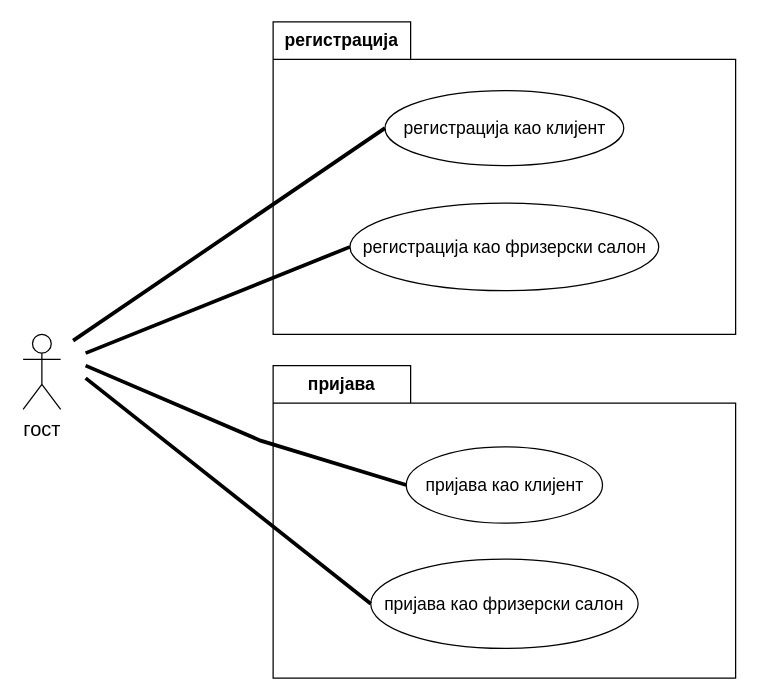
Before: drawio/diagrams/guest_use_case_diagram.drawio in PavleSarenac/thesis, a draw.io diagram. Source tidied: cells renumbered, new cells numbered last; positions are measured from the earlier drawing's top-left corner, leaving out a move shared by most shapes. Both pictures are drawn from the tidied source at 125%, with x=0, y=0 at pixel (22, 21).
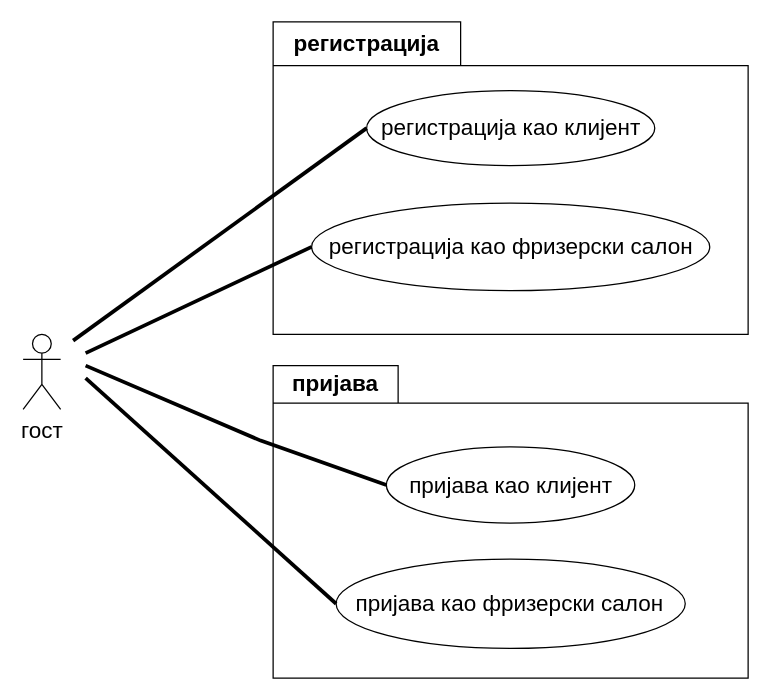
The same page after the edit.

The edit, as a diff of the source:
```diff
@@
 <mxGraphModel>
   <root>
     <mxCell id="0" />
     <mxCell id="1" parent="0" />
-    <mxCell id="2" value="&lt;font size=&quot;3&quot;&gt;гост&lt;/font&gt;" style="shape=umlActor;verticalLabelPosition=bottom;verticalAlign=top;html=1;" parent="1" vertex="1">
+    <mxCell id="2" value="&lt;font style=&quot;font-size: 18px;&quot;&gt;гост&lt;/font&gt;" style="shape=umlActor;verticalLabelPosition=bottom;verticalAlign=top;html=1;" parent="1" vertex="1">
       <mxGeometry y="250" width="30" height="60" as="geometry" />
     </mxCell>
-    <mxCell id="3" value="&lt;font style=&quot;font-size: 14px;&quot;&gt;пријава&lt;/font&gt;" style="shape=folder;fontStyle=1;tabWidth=110;tabHeight=30;tabPosition=left;html=1;boundedLbl=1;labelInHeader=1;whiteSpace=wrap;" parent="1" vertex="1">
-      <mxGeometry x="200" y="275" width="370" height="250" as="geometry" />
+    <mxCell id="3" value="&lt;font style=&quot;font-size: 18px;&quot;&gt;пријава&lt;/font&gt;" style="shape=folder;fontStyle=1;tabWidth=100;tabHeight=30;tabPosition=left;html=1;boundedLbl=1;labelInHeader=1;whiteSpace=wrap;" parent="1" vertex="1">
+      <mxGeometry x="200" y="275" width="380" height="250" as="geometry" />
     </mxCell>
     <mxCell id="4" style="html=1;strokeColor=none;fillColor=none;whiteSpace=wrap;" parent="3" vertex="1">
-      <mxGeometry width="370" height="175" relative="1" as="geometry">
+      <mxGeometry width="380" height="175" relative="1" as="geometry">
         <mxPoint y="30" as="offset" />
       </mxGeometry>
     </mxCell>
-    <mxCell id="5" value="&lt;font style=&quot;font-size: 14px;&quot;&gt;пријава као клијент&lt;/font&gt;" style="ellipse;whiteSpace=wrap;html=1;" parent="3" vertex="1">
-      <mxGeometry x="106.5" y="65" width="157" height="61" as="geometry" />
+    <mxCell id="5" value="&lt;font style=&quot;font-size: 18px;&quot;&gt;пријава као клијент&lt;/font&gt;" style="ellipse;whiteSpace=wrap;html=1;" parent="3" vertex="1">
+      <mxGeometry x="90.6" y="65" width="198.7" height="61" as="geometry" />
     </mxCell>
-    <mxCell id="6" value="&lt;font style=&quot;font-size: 14px;&quot;&gt;пријава као фризерски салон&lt;/font&gt;" style="ellipse;whiteSpace=wrap;html=1;" parent="3" vertex="1">
-      <mxGeometry x="78.1" y="154.8" width="213.9" height="71.4" as="geometry" />
+    <mxCell id="6" value="&lt;font style=&quot;font-size: 18px;&quot;&gt;пријава као фризерски салон&lt;/font&gt;" style="ellipse;whiteSpace=wrap;html=1;" parent="3" vertex="1">
+      <mxGeometry x="50.4" y="154.8" width="279.3" height="71.4" as="geometry" />
     </mxCell>
-    <mxCell id="7" value="&lt;font style=&quot;font-size: 14px;&quot;&gt;регистрација&lt;/font&gt;" style="shape=folder;fontStyle=1;tabWidth=110;tabHeight=30;tabPosition=left;html=1;boundedLbl=1;labelInHeader=1;whiteSpace=wrap;" parent="1" vertex="1">
-      <mxGeometry x="200" width="370" height="250" as="geometry" />
+    <mxCell id="7" value="&lt;font style=&quot;font-size: 18px;&quot;&gt;регистрација&lt;/font&gt;" style="shape=folder;fontStyle=1;tabWidth=150;tabHeight=35;tabPosition=left;html=1;boundedLbl=1;labelInHeader=1;whiteSpace=wrap;" parent="1" vertex="1">
+      <mxGeometry x="200" width="380" height="250" as="geometry" />
     </mxCell>
     <mxCell id="8" style="html=1;strokeColor=none;fillColor=none;whiteSpace=wrap;" parent="7" vertex="1">
       <mxGeometry width="370" height="224.14" relative="1" as="geometry">
         <mxPoint y="30" as="offset" />
       </mxGeometry>
     </mxCell>
-    <mxCell id="9" value="&lt;font style=&quot;font-size: 14px;&quot;&gt;регистрација као клијент&lt;/font&gt;" style="ellipse;whiteSpace=wrap;html=1;" parent="7" vertex="1">
-      <mxGeometry x="89.5" y="55" width="191" height="60" as="geometry" />
+    <mxCell id="9" value="&lt;font style=&quot;font-size: 18px;&quot;&gt;регистрација као клијент&lt;/font&gt;" style="ellipse;whiteSpace=wrap;html=1;" parent="7" vertex="1">
+      <mxGeometry x="74.8" y="55" width="230.5" height="60" as="geometry" />
     </mxCell>
-    <mxCell id="10" value="&lt;font style=&quot;font-size: 14px;&quot;&gt;регистрација као фризерски салон&lt;/font&gt;" style="ellipse;whiteSpace=wrap;html=1;" parent="7" vertex="1">
-      <mxGeometry x="61.5" y="145" width="247" height="70" as="geometry" />
+    <mxCell id="10" value="&lt;font style=&quot;font-size: 18px;&quot;&gt;регистрација као фризерски салон&lt;/font&gt;" style="ellipse;whiteSpace=wrap;html=1;" parent="7" vertex="1">
+      <mxGeometry x="30.8" y="145" width="318.5" height="70" as="geometry" />
     </mxCell>
     <mxCell id="11" style="endArrow=none;startArrow=none;endFill=0;startFill=0;endSize=8;html=1;verticalAlign=bottom;labelBackgroundColor=none;strokeWidth=3;rounded=0;entryX=0;entryY=0.5;entryDx=0;entryDy=0;" parent="1" edge="1" target="9">
       <mxGeometry relative="1" as="geometry">
         <mxPoint x="40" y="255" as="sourcePoint" />
       </mxGeometry>
     </mxCell>
     <mxCell id="12" style="endArrow=none;startArrow=none;endFill=0;startFill=0;endSize=8;html=1;verticalAlign=bottom;labelBackgroundColor=none;strokeWidth=3;rounded=0;entryX=0;entryY=0.5;entryDx=0;entryDy=0;" parent="1" edge="1" target="10">
       <mxGeometry relative="1" as="geometry">
         <mxPoint x="50" y="265" as="sourcePoint" />
       </mxGeometry>
     </mxCell>
     <mxCell id="13" style="endArrow=none;startArrow=none;endFill=0;startFill=0;endSize=8;html=1;verticalAlign=bottom;labelBackgroundColor=none;strokeWidth=3;rounded=0;entryX=0;entryY=0.5;entryDx=0;entryDy=0;" parent="1" edge="1" target="5">
       <mxGeometry relative="1" as="geometry">
         <mxPoint x="50" y="275" as="sourcePoint" />
         <Array as="points">
           <mxPoint x="190" y="335" />
         </Array>
       </mxGeometry>
     </mxCell>
     <mxCell id="14" style="endArrow=none;startArrow=none;endFill=0;startFill=0;endSize=8;html=1;verticalAlign=bottom;labelBackgroundColor=none;strokeWidth=3;rounded=0;entryX=0;entryY=0.5;entryDx=0;entryDy=0;" parent="1" edge="1" target="6">
       <mxGeometry relative="1" as="geometry">
         <mxPoint x="50" y="285" as="sourcePoint" />
       </mxGeometry>
     </mxCell>
   </root>
 </mxGraphModel>
```
